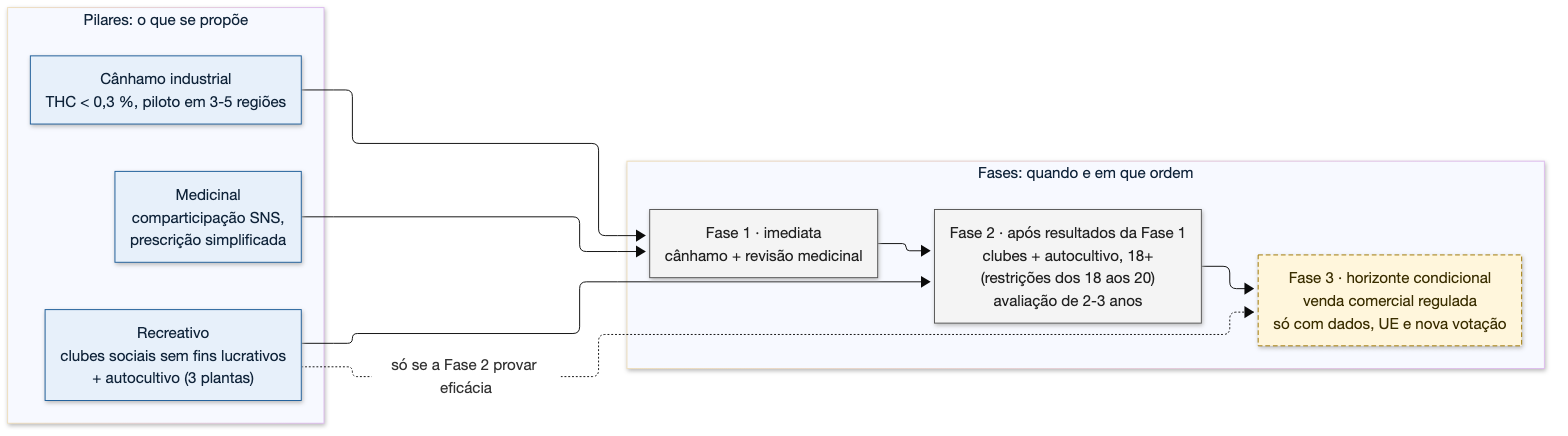
bcamarneiro/cannabis-legalization keeps this Mermaid diagram as assets/diagrams/estrutura-proposta.png. Above is the earlier version. Its source is kept beside it as assets/diagrams/estrutura-proposta.mmd.
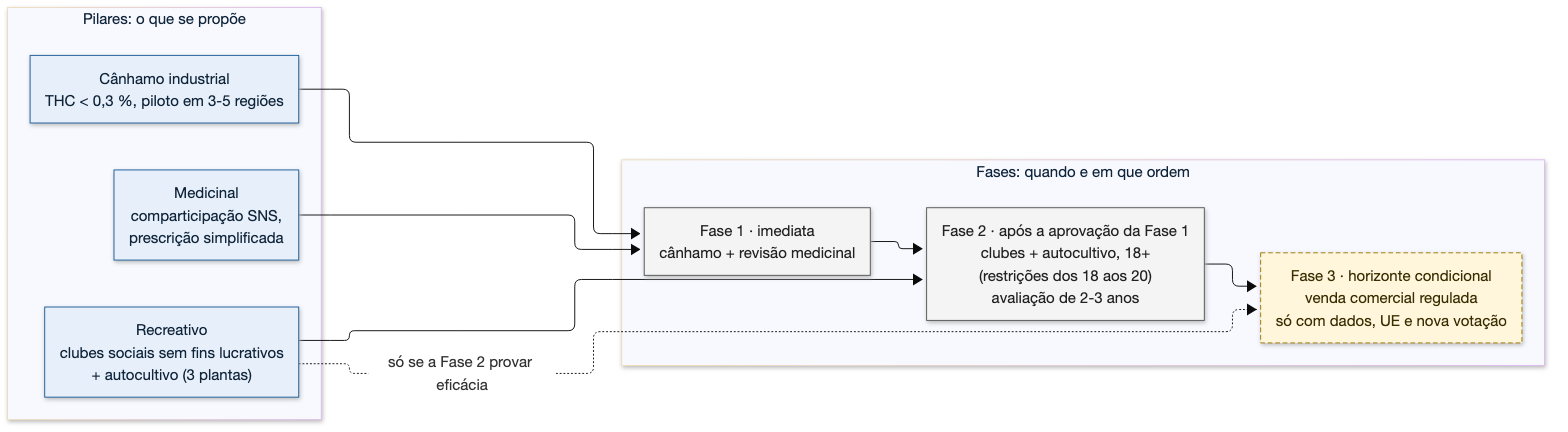
Above is the later version.

Diff of the diagram source:
```diff
@@ -8,7 +8,7 @@
     subgraph F["Fases: quando e em que ordem"]
         direction TB
         F1["Fase 1 · imediata<br/>cânhamo + revisão medicinal"]
-        F2["Fase 2 · após resultados da Fase 1<br/>clubes + autocultivo, 18+<br/>(restrições dos 18 aos 20)<br/>avaliação de 2-3 anos"]
+        F2["Fase 2 · após a aprovação da Fase 1<br/>clubes + autocultivo, 18+<br/>(restrições dos 18 aos 20)<br/>avaliação de 2-3 anos"]
         F3["Fase 3 · horizonte condicional<br/>venda comercial regulada<br/>só com dados, UE e nova votação"]
         F1 --> F2 --> F3
     end
```
